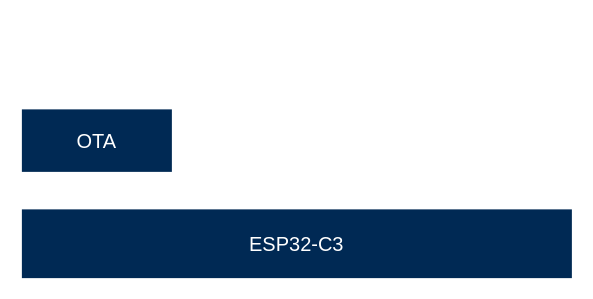
Earlier version of the draw.io diagram Blueair-IoT模组技术架构.drawio (xunzhaoxusanduo/1-drawio). Source tidied: cells renumbered, new cells numbered last; positions are measured from the earlier drawing's top-left corner, leaving out a move shared by most shapes. Both pictures are drawn from the tidied source at 125%, with x=0, y=0 at pixel (21, 109).
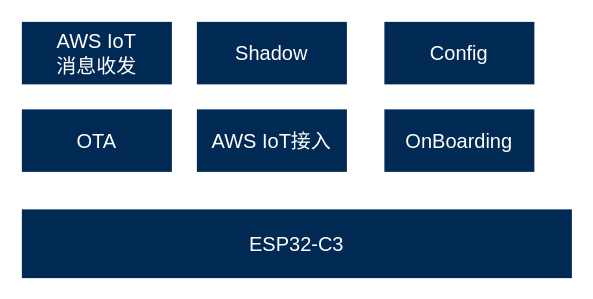
The same page after the edit.

Commit message (it also covers changes not shown here):
更新Blueair-IoT模组技术架构.drawio

Change to the diagram source:
```diff
@@
 <mxGraphModel>
   <root>
     <mxCell id="0" />
     <mxCell id="1" parent="0" />
     <mxCell id="2" value="&lt;font style=&quot;font-size: 16px;&quot;&gt;ESP32-C3&lt;/font&gt;" style="rounded=0;whiteSpace=wrap;html=1;fillColor=#002954;strokeColor=none;fontColor=#FFFFFF;" parent="1" vertex="1">
       <mxGeometry y="80" width="440" height="55" as="geometry" />
     </mxCell>
     <mxCell id="3" value="&lt;font style=&quot;font-size: 16px;&quot;&gt;OTA&lt;/font&gt;" style="rounded=0;whiteSpace=wrap;html=1;strokeColor=none;fillColor=#002954;fontColor=#FFFFFF;" parent="1" vertex="1">
       <mxGeometry width="120" height="50" as="geometry" />
     </mxCell>
+    <mxCell id="4" value="&lt;font style=&quot;font-size: 16px;&quot;&gt;AWS IoT接入&lt;/font&gt;" style="rounded=0;whiteSpace=wrap;html=1;strokeColor=none;fillColor=#002954;fontColor=#FFFFFF;" parent="1" vertex="1">
+      <mxGeometry x="140" width="120" height="50" as="geometry" />
+    </mxCell>
+    <mxCell id="5" value="&lt;font style=&quot;font-size: 16px;&quot;&gt;OnBoarding&lt;/font&gt;" style="rounded=0;whiteSpace=wrap;html=1;strokeColor=none;fillColor=#002954;fontColor=#FFFFFF;" parent="1" vertex="1">
+      <mxGeometry x="290" width="120" height="50" as="geometry" />
+    </mxCell>
+    <mxCell id="6" value="&lt;font style=&quot;font-size: 16px;&quot;&gt;AWS IoT&lt;/font&gt;&lt;div&gt;&lt;font style=&quot;font-size: 16px;&quot;&gt;消息收发&lt;/font&gt;&lt;/div&gt;" style="rounded=0;whiteSpace=wrap;html=1;strokeColor=none;fillColor=#002954;fontColor=#FFFFFF;" parent="1" vertex="1">
+      <mxGeometry y="-70" width="120" height="50" as="geometry" />
+    </mxCell>
+    <mxCell id="7" value="&lt;span style=&quot;font-size: 16px;&quot;&gt;Shadow&lt;/span&gt;" style="rounded=0;whiteSpace=wrap;html=1;strokeColor=none;fillColor=#002954;fontColor=#FFFFFF;" parent="1" vertex="1">
+      <mxGeometry x="140" y="-70" width="120" height="50" as="geometry" />
+    </mxCell>
+    <mxCell id="8" value="&lt;span style=&quot;font-size: 16px;&quot;&gt;Config&lt;/span&gt;" style="rounded=0;whiteSpace=wrap;html=1;strokeColor=none;fillColor=#002954;fontColor=#FFFFFF;" parent="1" vertex="1">
+      <mxGeometry x="290" y="-70" width="120" height="50" as="geometry" />
+    </mxCell>
   </root>
 </mxGraphModel>
```
